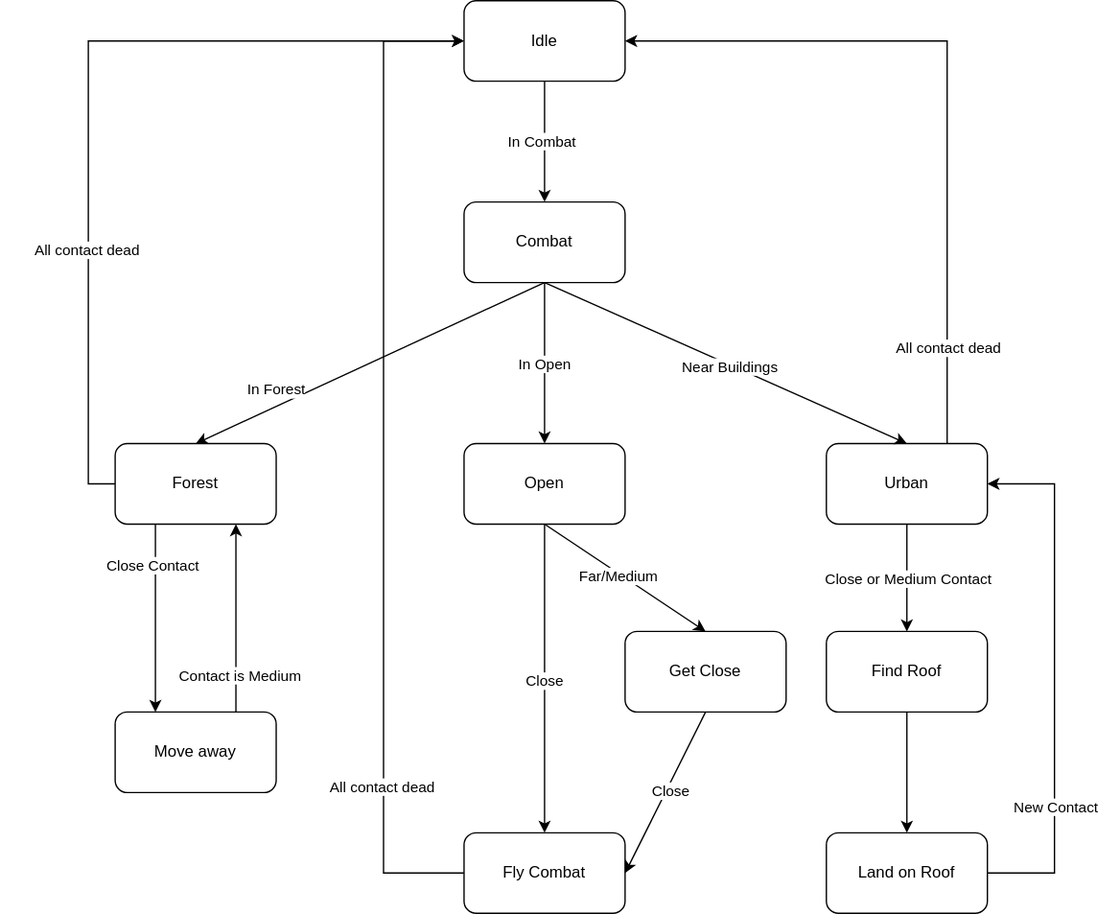
Earlier version of the draw.io export addons/ai/diagrams/Jetpack Combat FSM.drawio.svg (some-evil-kitty/jen_jetpacks). Source tidied: cells renumbered, new cells last; positions are measured from the earlier drawing's top-left corner, leaving out a move shared by most shapes. The source it was exported from:
```xml
<mxGraphModel>
  <root>
    <mxCell id="0" />
    <mxCell id="1" parent="0" />
    <mxCell id="2" value="Idle" style="rounded=1;whiteSpace=wrap;html=1;" parent="1" vertex="1">
      <mxGeometry x="260" width="120" height="60" as="geometry" />
    </mxCell>
    <mxCell id="3" value="Combat" style="rounded=1;whiteSpace=wrap;html=1;" parent="1" vertex="1">
      <mxGeometry x="260" y="150" width="120" height="60" as="geometry" />
    </mxCell>
    <mxCell id="4" style="edgeStyle=orthogonalEdgeStyle;rounded=0;jettySize=auto;html=1;exitX=0;exitY=0.5;exitDx=0;exitDy=0;entryX=0;entryY=0.5;entryDx=0;entryDy=0;" parent="1" edge="1" source="6" target="2">
      <mxGeometry relative="1" as="geometry" />
    </mxCell>
    <mxCell id="5" value="All contact dead" style="edgeLabel;html=1;align=center;verticalAlign=middle;" parent="4" vertex="1">
      <mxGeometry x="-0.38" y="2" relative="1" as="geometry" />
    </mxCell>
    <mxCell id="6" value="Forest" style="rounded=1;whiteSpace=wrap;html=1;" parent="1" vertex="1">
      <mxGeometry y="330" width="120" height="60" as="geometry" />
    </mxCell>
    <mxCell id="7" value="Move away" style="rounded=1;whiteSpace=wrap;html=1;" parent="1" vertex="1">
      <mxGeometry y="530" width="120" height="60" as="geometry" />
    </mxCell>
    <mxCell id="8" style="endArrow=classic;html=1;rounded=0;exitX=0.25;exitY=1;exitDx=0;exitDy=0;entryX=0.25;entryY=0;entryDx=0;entryDy=0;" parent="1" edge="1" source="6" target="7">
      <mxGeometry relative="1" as="geometry" />
    </mxCell>
    <mxCell id="9" value="Close Contact" style="edgeLabel;html=1;align=center;verticalAlign=middle;" parent="8" vertex="1">
      <mxGeometry x="0.01" y="-3" relative="1" as="geometry">
        <mxPoint y="-41" as="offset" />
      </mxGeometry>
    </mxCell>
    <mxCell id="10" style="endArrow=classic;html=1;rounded=0;exitX=0.75;exitY=0;exitDx=0;exitDy=0;entryX=0.75;entryY=1;entryDx=0;entryDy=0;" parent="1" edge="1" source="7" target="6">
      <mxGeometry relative="1" as="geometry" />
    </mxCell>
    <mxCell id="11" value="Contact is Medium" style="edgeLabel;html=1;align=center;verticalAlign=middle;" parent="10" vertex="1">
      <mxGeometry x="-0.6" y="-2" relative="1" as="geometry" />
    </mxCell>
    <mxCell id="12" style="endArrow=classic;html=1;rounded=0;exitX=0.5;exitY=1;exitDx=0;exitDy=0;entryX=0.5;entryY=0;entryDx=0;entryDy=0;" parent="1" edge="1" source="3" target="6">
      <mxGeometry relative="1" as="geometry" />
    </mxCell>
    <mxCell id="13" value="In Forest" style="edgeLabel;html=1;align=center;verticalAlign=middle;" parent="12" vertex="1">
      <mxGeometry x="-0.04" relative="1" as="geometry">
        <mxPoint x="-75" y="22" as="offset" />
      </mxGeometry>
    </mxCell>
    <mxCell id="14" value="Open" style="rounded=1;whiteSpace=wrap;html=1;" parent="1" vertex="1">
      <mxGeometry x="260" y="330" width="120" height="60" as="geometry" />
    </mxCell>
    <mxCell id="15" style="endArrow=classic;html=1;rounded=0;exitX=0.5;exitY=1;exitDx=0;exitDy=0;entryX=0.5;entryY=0;entryDx=0;entryDy=0;" parent="1" edge="1" source="3" target="14">
      <mxGeometry relative="1" as="geometry" />
    </mxCell>
    <mxCell id="16" value="In Open" style="edgeLabel;html=1;align=center;verticalAlign=middle;" parent="15" vertex="1">
      <mxGeometry y="-1" relative="1" as="geometry" />
    </mxCell>
    <mxCell id="17" value="Get Close" style="rounded=1;whiteSpace=wrap;html=1;" parent="1" vertex="1">
      <mxGeometry x="380" y="470" width="120" height="60" as="geometry" />
    </mxCell>
    <mxCell id="18" style="edgeStyle=orthogonalEdgeStyle;rounded=0;jettySize=auto;html=1;exitX=0;exitY=0.5;exitDx=0;exitDy=0;entryX=0;entryY=0.5;entryDx=0;entryDy=0;" parent="1" edge="1" source="20" target="2">
      <mxGeometry relative="1" as="geometry">
        <Array as="points">
          <mxPoint x="200" y="650" />
          <mxPoint x="200" y="30" />
        </Array>
      </mxGeometry>
    </mxCell>
    <mxCell id="19" value="All contact dead" style="edgeLabel;html=1;align=center;verticalAlign=middle;" parent="18" vertex="1">
      <mxGeometry x="-0.66" y="2" relative="1" as="geometry" />
    </mxCell>
    <mxCell id="20" value="Fly Combat" style="rounded=1;whiteSpace=wrap;html=1;" parent="1" vertex="1">
      <mxGeometry x="260" y="620" width="120" height="60" as="geometry" />
    </mxCell>
    <mxCell id="21" style="endArrow=classic;html=1;rounded=0;exitX=0.5;exitY=1;exitDx=0;exitDy=0;entryX=0.5;entryY=0;entryDx=0;entryDy=0;" parent="1" edge="1" source="14" target="17">
      <mxGeometry relative="1" as="geometry" />
    </mxCell>
    <mxCell id="22" value="Far/Medium" style="edgeLabel;html=1;align=center;verticalAlign=middle;" parent="21" vertex="1">
      <mxGeometry x="-0.07" y="-2" relative="1" as="geometry" />
    </mxCell>
    <mxCell id="23" style="endArrow=classic;html=1;rounded=0;exitX=0.5;exitY=1;exitDx=0;exitDy=0;entryX=0.5;entryY=0;entryDx=0;entryDy=0;" parent="1" edge="1" source="14" target="20">
      <mxGeometry relative="1" as="geometry" />
    </mxCell>
    <mxCell id="24" value="Close" style="edgeLabel;html=1;align=center;verticalAlign=middle;" parent="23" vertex="1">
      <mxGeometry x="0.01" y="-1" relative="1" as="geometry" />
    </mxCell>
    <mxCell id="25" style="endArrow=classic;html=1;rounded=0;exitX=0.5;exitY=1;exitDx=0;exitDy=0;entryX=1;entryY=0.5;entryDx=0;entryDy=0;" parent="1" edge="1" source="17" target="20">
      <mxGeometry relative="1" as="geometry" />
    </mxCell>
    <mxCell id="26" value="Close" style="edgeLabel;html=1;align=center;verticalAlign=middle;" parent="25" vertex="1">
      <mxGeometry x="-0.05" y="2" relative="1" as="geometry" />
    </mxCell>
    <mxCell id="27" style="endArrow=classic;html=1;rounded=0;exitX=0.5;exitY=1;exitDx=0;exitDy=0;entryX=0.5;entryY=0;entryDx=0;entryDy=0;" parent="1" edge="1" source="2" target="3">
      <mxGeometry relative="1" as="geometry" />
    </mxCell>
    <mxCell id="28" value="In Combat" style="edgeLabel;html=1;align=center;verticalAlign=middle;" parent="27" vertex="1">
      <mxGeometry x="-0.02" y="-3" relative="1" as="geometry" />
    </mxCell>
    <mxCell id="29" style="edgeStyle=orthogonalEdgeStyle;rounded=0;jettySize=auto;html=1;exitX=0.75;exitY=0;exitDx=0;exitDy=0;entryX=1;entryY=0.5;entryDx=0;entryDy=0;" parent="1" edge="1" source="31" target="2">
      <mxGeometry relative="1" as="geometry" />
    </mxCell>
    <mxCell id="30" value="All contact dead" style="edgeLabel;html=1;align=center;verticalAlign=middle;" parent="29" vertex="1">
      <mxGeometry x="-0.73" relative="1" as="geometry" />
    </mxCell>
    <mxCell id="31" value="Urban" style="rounded=1;whiteSpace=wrap;html=1;" parent="1" vertex="1">
      <mxGeometry x="530" y="330" width="120" height="60" as="geometry" />
    </mxCell>
    <mxCell id="32" style="endArrow=classic;html=1;rounded=0;exitX=0.5;exitY=1;exitDx=0;exitDy=0;entryX=0.5;entryY=0;entryDx=0;entryDy=0;" parent="1" edge="1" source="3" target="31">
      <mxGeometry relative="1" as="geometry" />
    </mxCell>
    <mxCell id="33" value="Near Buildings" style="edgeLabel;html=1;align=center;verticalAlign=middle;" parent="32" vertex="1">
      <mxGeometry x="0.02" y="-1" relative="1" as="geometry" />
    </mxCell>
    <mxCell id="34" value="Find Roof" style="rounded=1;whiteSpace=wrap;html=1;" parent="1" vertex="1">
      <mxGeometry x="530" y="470" width="120" height="60" as="geometry" />
    </mxCell>
    <mxCell id="35" style="endArrow=classic;html=1;rounded=0;exitX=0.5;exitY=1;exitDx=0;exitDy=0;entryX=0.5;entryY=0;entryDx=0;entryDy=0;" parent="1" edge="1" source="31" target="34">
      <mxGeometry relative="1" as="geometry" />
    </mxCell>
    <mxCell id="36" value="Close or Medium Contact" style="edgeLabel;html=1;align=center;verticalAlign=middle;" parent="35" vertex="1">
      <mxGeometry relative="1" as="geometry" />
    </mxCell>
    <mxCell id="37" style="edgeStyle=orthogonalEdgeStyle;rounded=0;jettySize=auto;html=1;exitX=1;exitY=0.5;exitDx=0;exitDy=0;entryX=1;entryY=0.5;entryDx=0;entryDy=0;" parent="1" edge="1" source="39" target="31">
      <mxGeometry relative="1" as="geometry">
        <Array as="points">
          <mxPoint x="700" y="650" />
          <mxPoint x="700" y="360" />
        </Array>
      </mxGeometry>
    </mxCell>
    <mxCell id="38" value="New Contact" style="edgeLabel;html=1;align=center;verticalAlign=middle;" parent="37" vertex="1">
      <mxGeometry x="0.01" y="2" relative="1" as="geometry">
        <mxPoint x="2" y="97" as="offset" />
      </mxGeometry>
    </mxCell>
    <mxCell id="39" value="Land on Roof" style="rounded=1;whiteSpace=wrap;html=1;" parent="1" vertex="1">
      <mxGeometry x="530" y="620" width="120" height="60" as="geometry" />
    </mxCell>
    <mxCell id="40" style="endArrow=classic;html=1;rounded=0;exitX=0.5;exitY=1;exitDx=0;exitDy=0;entryX=0.5;entryY=0;entryDx=0;entryDy=0;" parent="1" edge="1" source="34" target="39">
      <mxGeometry relative="1" as="geometry" />
    </mxCell>
  </root>
</mxGraphModel>
```
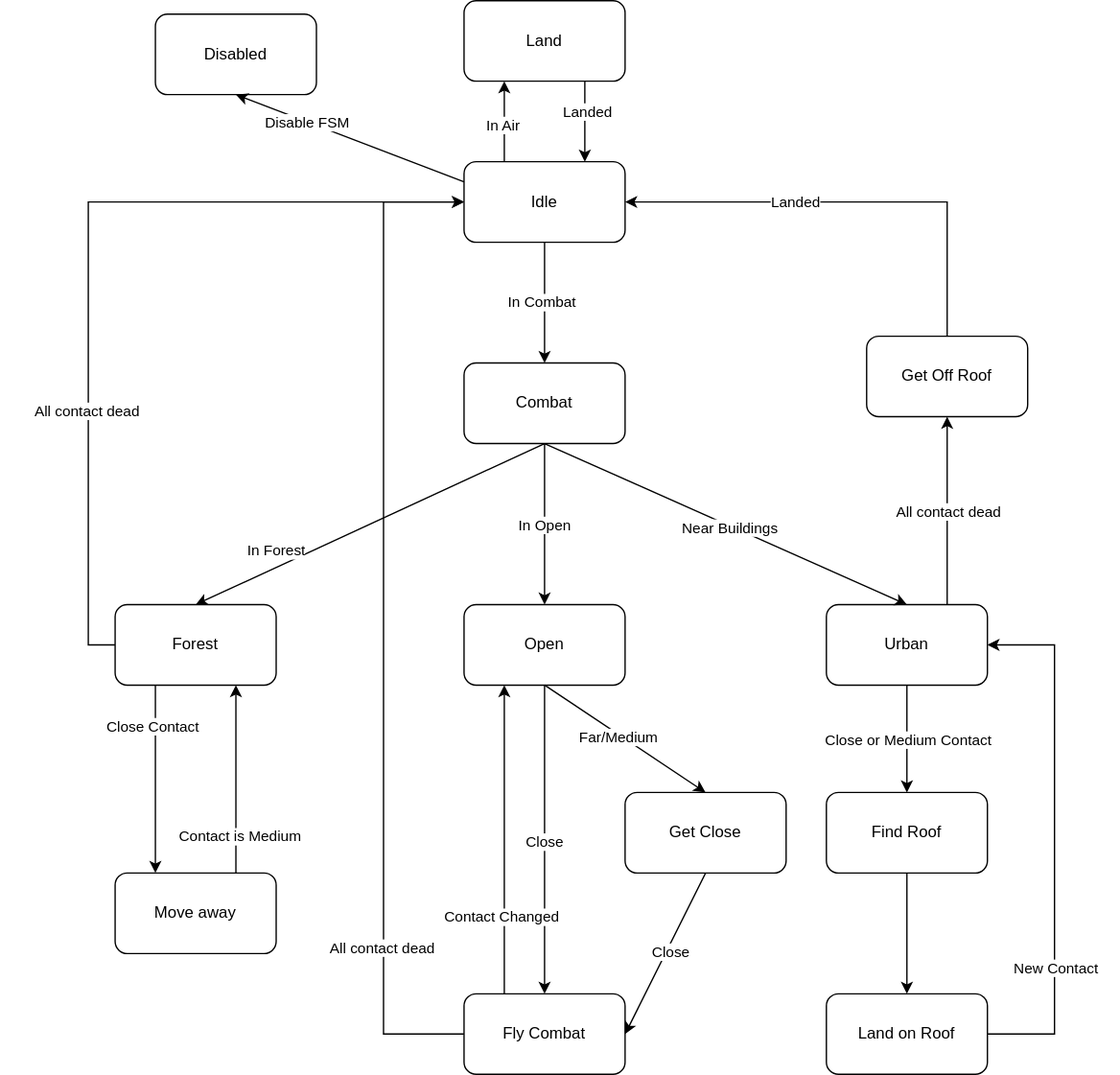
Above is the later version.

Change to the diagram source:
```diff
@@ -92,11 +92,13 @@
     <mxCell id="28" value="In Combat" style="edgeLabel;html=1;align=center;verticalAlign=middle;" parent="27" vertex="1">
       <mxGeometry x="-0.02" y="-3" relative="1" as="geometry" />
     </mxCell>
-    <mxCell id="29" style="edgeStyle=orthogonalEdgeStyle;rounded=0;jettySize=auto;html=1;exitX=0.75;exitY=0;exitDx=0;exitDy=0;entryX=1;entryY=0.5;entryDx=0;entryDy=0;" parent="1" edge="1" source="31" target="2">
+    <mxCell id="29" style="edgeStyle=orthogonalEdgeStyle;rounded=0;jettySize=auto;html=1;exitX=0.75;exitY=0;exitDx=0;exitDy=0;entryX=0.5;entryY=1;entryDx=0;entryDy=0;" parent="1" edge="1" source="31" target="43">
       <mxGeometry relative="1" as="geometry" />
     </mxCell>
     <mxCell id="30" value="All contact dead" style="edgeLabel;html=1;align=center;verticalAlign=middle;" parent="29" vertex="1">
-      <mxGeometry x="-0.73" relative="1" as="geometry" />
+      <mxGeometry x="-0.73" relative="1" as="geometry">
+        <mxPoint y="-51" as="offset" />
+      </mxGeometry>
     </mxCell>
     <mxCell id="31" value="Urban" style="rounded=1;whiteSpace=wrap;html=1;" parent="1" vertex="1">
       <mxGeometry x="530" y="330" width="120" height="60" as="geometry" />
@@ -135,5 +137,44 @@
     <mxCell id="40" style="endArrow=classic;html=1;rounded=0;exitX=0.5;exitY=1;exitDx=0;exitDy=0;entryX=0.5;entryY=0;entryDx=0;entryDy=0;" parent="1" edge="1" source="34" target="39">
       <mxGeometry relative="1" as="geometry" />
     </mxCell>
+    <mxCell id="41" style="edgeStyle=orthogonalEdgeStyle;rounded=0;jettySize=auto;html=1;exitX=0.5;exitY=0;exitDx=0;exitDy=0;entryX=1;entryY=0.5;entryDx=0;entryDy=0;" parent="1" edge="1" source="43" target="2">
+      <mxGeometry relative="1" as="geometry" />
+    </mxCell>
+    <mxCell id="42" value="Landed" style="edgeLabel;html=1;align=center;verticalAlign=middle;" parent="41" vertex="1">
+      <mxGeometry x="0.26" y="-1" relative="1" as="geometry" />
+    </mxCell>
+    <mxCell id="43" value="Get Off Roof" style="rounded=1;whiteSpace=wrap;html=1;" parent="1" vertex="1">
+      <mxGeometry x="560" y="130" width="120" height="60" as="geometry" />
+    </mxCell>
+    <mxCell id="44" style="endArrow=classic;html=1;rounded=0;exitX=0.25;exitY=0;exitDx=0;exitDy=0;entryX=0.25;entryY=1;entryDx=0;entryDy=0;" parent="1" edge="1" source="20" target="14">
+      <mxGeometry relative="1" as="geometry" />
+    </mxCell>
+    <mxCell id="45" value="Contact Changed" style="edgeLabel;html=1;align=center;verticalAlign=middle;" parent="44" vertex="1">
+      <mxGeometry x="-0.5" y="3" relative="1" as="geometry" />
+    </mxCell>
+    <mxCell id="46" value="Land" style="rounded=1;whiteSpace=wrap;html=1;" parent="1" vertex="1">
+      <mxGeometry x="260" y="-120" width="120" height="60" as="geometry" />
+    </mxCell>
+    <mxCell id="47" style="endArrow=classic;html=1;rounded=0;exitX=0.25;exitY=0;exitDx=0;exitDy=0;entryX=0.25;entryY=1;entryDx=0;entryDy=0;" parent="1" edge="1" source="2" target="46">
+      <mxGeometry relative="1" as="geometry" />
+    </mxCell>
+    <mxCell id="48" value="In Air" style="edgeLabel;html=1;align=center;verticalAlign=middle;" parent="47" vertex="1">
+      <mxGeometry x="-0.07" y="2" relative="1" as="geometry" />
+    </mxCell>
+    <mxCell id="49" style="endArrow=classic;html=1;rounded=0;exitX=0.75;exitY=1;exitDx=0;exitDy=0;entryX=0.75;entryY=0;entryDx=0;entryDy=0;" parent="1" edge="1" source="46" target="2">
+      <mxGeometry relative="1" as="geometry" />
+    </mxCell>
+    <mxCell id="50" value="Landed" style="edgeLabel;html=1;align=center;verticalAlign=middle;" parent="49" vertex="1">
+      <mxGeometry x="-0.27" y="1" relative="1" as="geometry" />
+    </mxCell>
+    <mxCell id="51" value="Disabled" style="rounded=1;whiteSpace=wrap;html=1;" parent="1" vertex="1">
+      <mxGeometry x="30" y="-110" width="120" height="60" as="geometry" />
+    </mxCell>
+    <mxCell id="52" style="endArrow=classic;html=1;rounded=0;exitX=0;exitY=0.25;exitDx=0;exitDy=0;entryX=0.5;entryY=1;entryDx=0;entryDy=0;" parent="1" edge="1" source="2" target="51">
+      <mxGeometry relative="1" as="geometry" />
+    </mxCell>
+    <mxCell id="53" value="Disable FSM" style="edgeLabel;html=1;align=center;verticalAlign=middle;" parent="52" vertex="1">
+      <mxGeometry x="0.39" relative="1" as="geometry" />
+    </mxCell>
   </root>
 </mxGraphModel>
```
